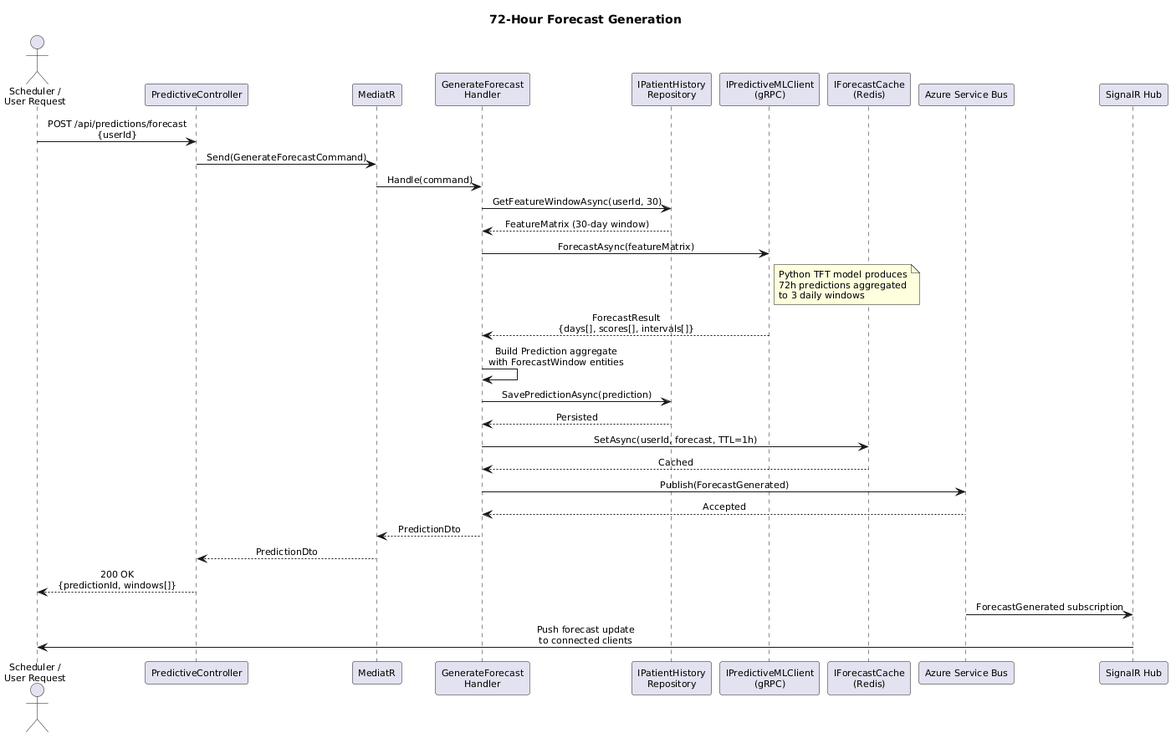
QuinntyneBrown/ClearEyeQ keeps this PlantUML diagram as docs/detailed-design/06-predictive-engine/seq-72h-forecast.png. Above is the earlier version.
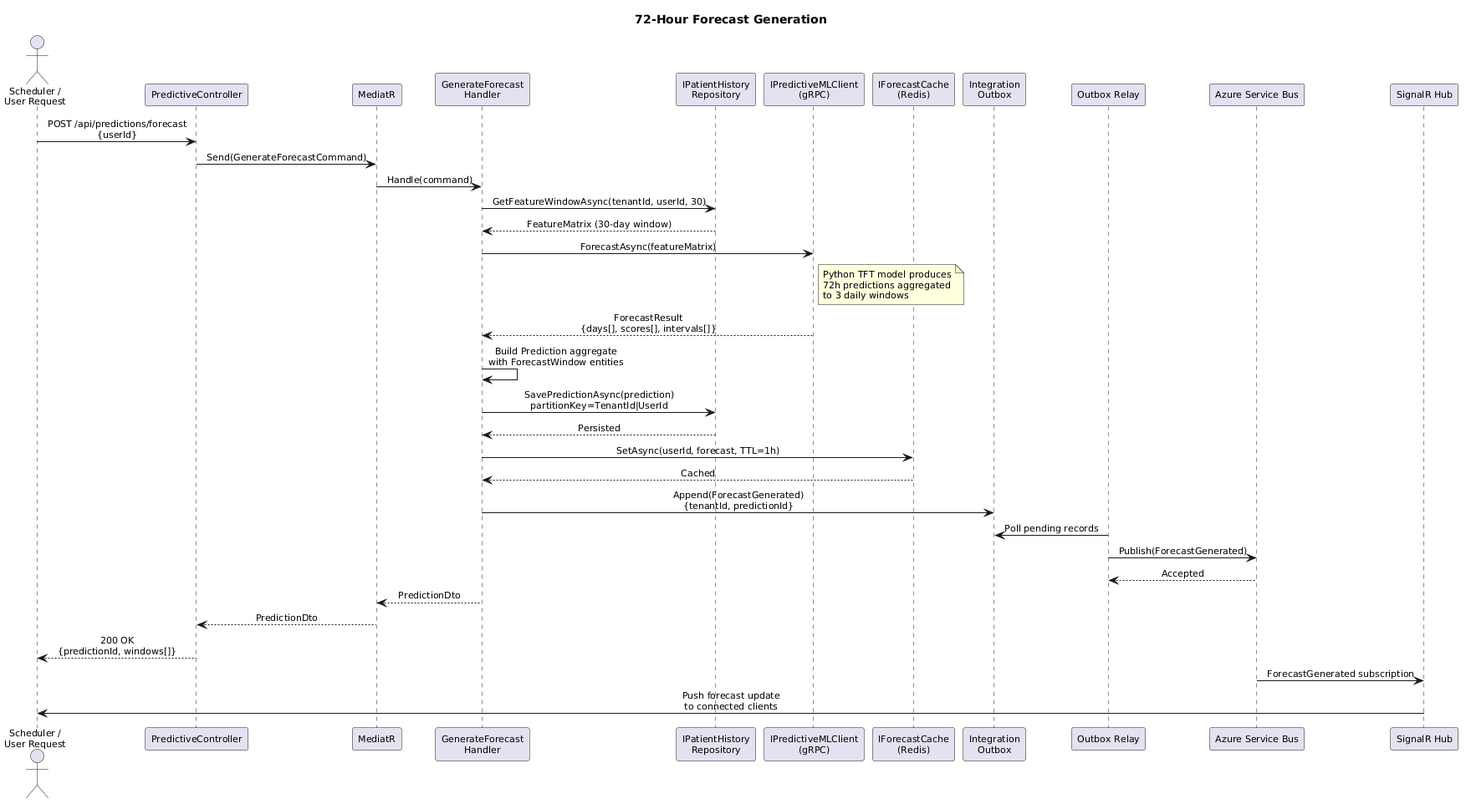
After the change.

The edit, as a diff of the source:
```diff
@@ -11,6 +11,8 @@
 participant "IPatientHistory\nRepository" as History
 participant "IPredictiveMLClient\n(gRPC)" as MLClient
 participant "IForecastCache\n(Redis)" as Cache
+participant "Integration\nOutbox" as Outbox
+participant "Outbox Relay" as Relay
 participant "Azure Service Bus" as Bus
 participant "SignalR Hub" as SignalR
 
@@ -18,7 +20,7 @@
 Controller -> MediatR : Send(GenerateForecastCommand)
 MediatR -> Handler : Handle(command)
 
-Handler -> History : GetFeatureWindowAsync(userId, 30)
+Handler -> History : GetFeatureWindowAsync(tenantId, userId, 30)
 History --> Handler : FeatureMatrix (30-day window)
 
 Handler -> MLClient : ForecastAsync(featureMatrix)
@@ -31,14 +33,16 @@
 
 Handler -> Handler : Build Prediction aggregate\nwith ForecastWindow entities
 
-Handler -> History : SavePredictionAsync(prediction)
+Handler -> History : SavePredictionAsync(prediction)\npartitionKey=TenantId|UserId
 History --> Handler : Persisted
 
 Handler -> Cache : SetAsync(userId, forecast, TTL=1h)
 Cache --> Handler : Cached
 
-Handler -> Bus : Publish(ForecastGenerated)
-Bus --> Handler : Accepted
+Handler -> Outbox : Append(ForecastGenerated)\n{tenantId, predictionId}
+Relay -> Outbox : Poll pending records
+Relay -> Bus : Publish(ForecastGenerated)
+Bus --> Relay : Accepted
 
 Handler --> MediatR : PredictionDto
 MediatR --> Controller : PredictionDto
```
